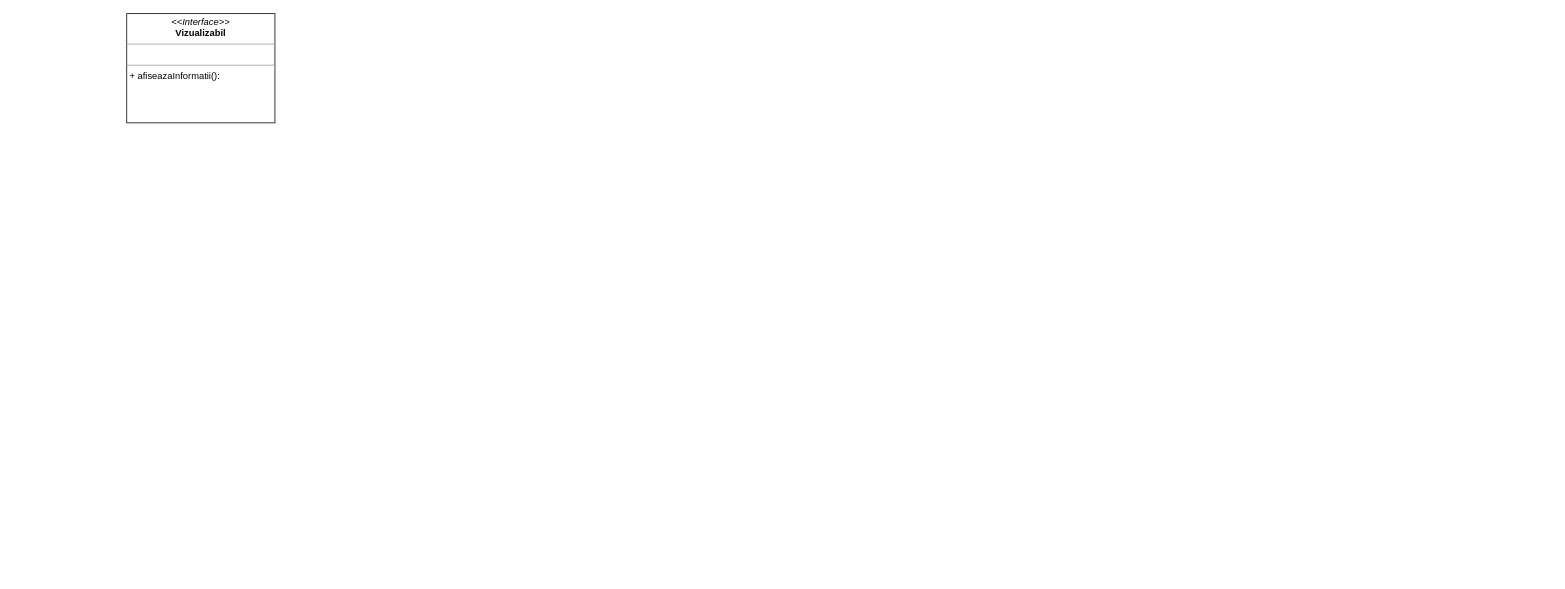
Above: Untitled Diagram.drawio in MoldovanLorenzo/Proiect-Final (draw.io), before the change. Source tidied: cells renumbered, new cells numbered last; positions are measured from the earlier drawing's top-left corner, leaving out a move shared by most shapes. Both pictures are drawn from the tidied source at 78%, with x=0, y=0 at pixel (126, 13).
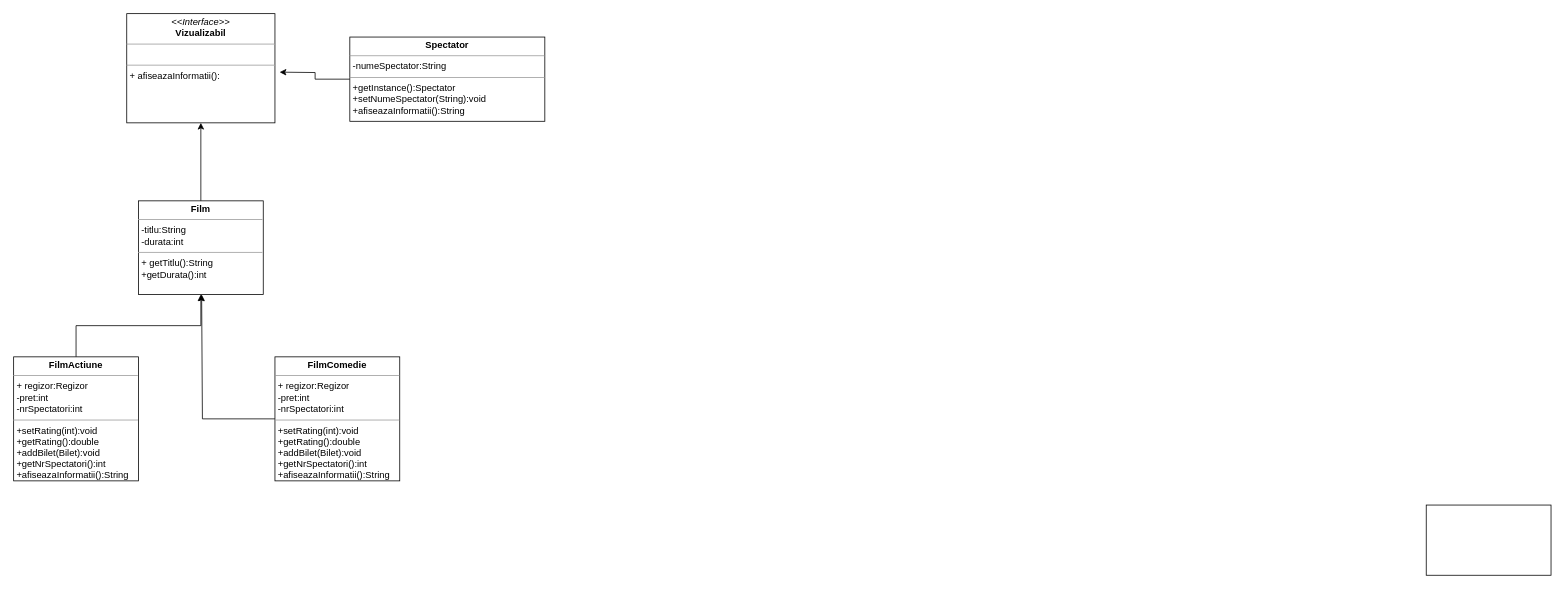
After the change.

Diff of the diagram source:
```diff
@@
 <mxGraphModel>
   <root>
     <mxCell id="0" />
     <mxCell id="1" parent="0" />
     <mxCell id="2" value="&lt;p style=&quot;margin:0px;margin-top:4px;text-align:center;&quot;&gt;&lt;i&gt;&amp;lt;&amp;lt;Interface&amp;gt;&amp;gt;&lt;/i&gt;&lt;br&gt;&lt;b&gt;Vizualizabil&lt;/b&gt;&lt;/p&gt;&lt;hr size=&quot;1&quot;&gt;&lt;p style=&quot;margin:0px;margin-left:4px;&quot;&gt;&lt;br&gt;&lt;/p&gt;&lt;hr size=&quot;1&quot;&gt;&lt;p style=&quot;margin:0px;margin-left:4px;&quot;&gt;+ afiseazaInformatii():&lt;br&gt;&lt;/p&gt;" style="verticalAlign=top;align=left;overflow=fill;fontSize=12;fontFamily=Helvetica;html=1;whiteSpace=wrap;" parent="1" vertex="1">
       <mxGeometry width="190" height="140" as="geometry" />
     </mxCell>
+    <mxCell id="3" style="edgeStyle=orthogonalEdgeStyle;rounded=0;jettySize=auto;html=1;entryX=0.5;entryY=1;entryDx=0;entryDy=0;" parent="1" edge="1" source="4" target="2">
+      <mxGeometry relative="1" as="geometry" />
+    </mxCell>
+    <mxCell id="4" value="&lt;p style=&quot;margin:0px;margin-top:4px;text-align:center;&quot;&gt;&lt;b&gt;Film&lt;/b&gt;&lt;/p&gt;&lt;hr size=&quot;1&quot;&gt;&lt;p style=&quot;margin:0px;margin-left:4px;&quot;&gt;-titlu:String&lt;/p&gt;&lt;p style=&quot;margin:0px;margin-left:4px;&quot;&gt;-durata:int&lt;/p&gt;&lt;hr size=&quot;1&quot;&gt;&lt;p style=&quot;margin:0px;margin-left:4px;&quot;&gt;+ getTitlu():String&lt;/p&gt;&lt;p style=&quot;margin:0px;margin-left:4px;&quot;&gt;+getDurata():int&lt;/p&gt;&lt;p style=&quot;margin:0px;margin-left:4px;&quot;&gt;&lt;br&gt;&lt;/p&gt;" style="verticalAlign=top;align=left;overflow=fill;fontSize=12;fontFamily=Helvetica;html=1;whiteSpace=wrap;" parent="1" vertex="1">
+      <mxGeometry x="15" y="240" width="160" height="120" as="geometry" />
+    </mxCell>
+    <mxCell id="5" style="edgeStyle=orthogonalEdgeStyle;rounded=0;jettySize=auto;html=1;" parent="1" edge="1" source="6" target="4">
+      <mxGeometry relative="1" as="geometry" />
+    </mxCell>
+    <mxCell id="6" value="&lt;p style=&quot;margin:0px;margin-top:4px;text-align:center;&quot;&gt;&lt;b&gt;FilmActiune&lt;/b&gt;&lt;/p&gt;&lt;hr size=&quot;1&quot;&gt;&lt;p style=&quot;margin:0px;margin-left:4px;&quot;&gt;+ regizor:Regizor&lt;/p&gt;&lt;p style=&quot;margin:0px;margin-left:4px;&quot;&gt;-pret:int&lt;/p&gt;&lt;p style=&quot;margin:0px;margin-left:4px;&quot;&gt;-nrSpectatori:int&lt;/p&gt;&lt;hr size=&quot;1&quot;&gt;&lt;p style=&quot;margin:0px;margin-left:4px;&quot;&gt;+setRating(int):void&lt;/p&gt;&lt;p style=&quot;margin:0px;margin-left:4px;&quot;&gt;+getRating():double&lt;/p&gt;&lt;p style=&quot;margin:0px;margin-left:4px;&quot;&gt;+addBilet(Bilet):void&lt;/p&gt;&lt;p style=&quot;margin:0px;margin-left:4px;&quot;&gt;+getNrSpectatori():int&lt;/p&gt;&lt;p style=&quot;margin:0px;margin-left:4px;&quot;&gt;+afiseazaInformatii():String&lt;/p&gt;" style="verticalAlign=top;align=left;overflow=fill;fontSize=12;fontFamily=Helvetica;html=1;whiteSpace=wrap;" parent="1" vertex="1">
+      <mxGeometry x="-145" y="440" width="160" height="159" as="geometry" />
+    </mxCell>
+    <mxCell id="7" value="&lt;p style=&quot;margin:0px;margin-top:4px;text-align:center;&quot;&gt;&lt;br&gt;&lt;/p&gt;" style="verticalAlign=top;align=left;overflow=fill;fontSize=12;fontFamily=Helvetica;html=1;whiteSpace=wrap;" parent="1" vertex="1">
+      <mxGeometry x="1666" y="630" width="160" height="90" as="geometry" />
+    </mxCell>
+    <mxCell id="8" style="edgeStyle=orthogonalEdgeStyle;rounded=0;jettySize=auto;html=1;" parent="1" edge="1" source="9">
+      <mxGeometry relative="1" as="geometry">
+        <mxPoint x="96" y="360" as="targetPoint" />
+        <Array as="points">
+          <mxPoint x="97" y="520" />
+        </Array>
+      </mxGeometry>
+    </mxCell>
+    <mxCell id="9" value="&lt;p style=&quot;margin:0px;margin-top:4px;text-align:center;&quot;&gt;&lt;b&gt;FilmComedie&lt;/b&gt;&lt;/p&gt;&lt;hr size=&quot;1&quot;&gt;&lt;p style=&quot;margin:0px;margin-left:4px;&quot;&gt;+ regizor:Regizor&lt;/p&gt;&lt;p style=&quot;margin:0px;margin-left:4px;&quot;&gt;-pret:int&lt;/p&gt;&lt;p style=&quot;margin:0px;margin-left:4px;&quot;&gt;-nrSpectatori:int&lt;/p&gt;&lt;hr size=&quot;1&quot;&gt;&lt;p style=&quot;margin:0px;margin-left:4px;&quot;&gt;+setRating(int):void&lt;/p&gt;&lt;p style=&quot;margin:0px;margin-left:4px;&quot;&gt;+getRating():double&lt;/p&gt;&lt;p style=&quot;margin:0px;margin-left:4px;&quot;&gt;+addBilet(Bilet):void&lt;/p&gt;&lt;p style=&quot;margin:0px;margin-left:4px;&quot;&gt;+getNrSpectatori():int&lt;/p&gt;&lt;p style=&quot;margin:0px;margin-left:4px;&quot;&gt;+afiseazaInformatii():String&lt;/p&gt;" style="verticalAlign=top;align=left;overflow=fill;fontSize=12;fontFamily=Helvetica;html=1;whiteSpace=wrap;" parent="1" vertex="1">
+      <mxGeometry x="190" y="440" width="160" height="159" as="geometry" />
+    </mxCell>
+    <mxCell id="10" style="edgeStyle=orthogonalEdgeStyle;rounded=0;jettySize=auto;html=1;" parent="1" edge="1" source="11">
+      <mxGeometry relative="1" as="geometry">
+        <mxPoint x="196" y="75" as="targetPoint" />
+      </mxGeometry>
+    </mxCell>
+    <mxCell id="11" value="&lt;p style=&quot;margin:0px;margin-top:4px;text-align:center;&quot;&gt;&lt;b&gt;Spectator&lt;/b&gt;&lt;/p&gt;&lt;hr size=&quot;1&quot;&gt;&lt;p style=&quot;margin:0px;margin-left:4px;&quot;&gt;-numeSpectator:String&lt;/p&gt;&lt;hr size=&quot;1&quot;&gt;&lt;p style=&quot;margin:0px;margin-left:4px;&quot;&gt;+getInstance():Spectator&lt;/p&gt;&lt;p style=&quot;margin:0px;margin-left:4px;&quot;&gt;+setNumeSpectator(String):void&lt;/p&gt;&lt;p style=&quot;margin:0px;margin-left:4px;&quot;&gt;+afiseazaInformatii():String&lt;/p&gt;" style="verticalAlign=top;align=left;overflow=fill;fontSize=12;fontFamily=Helvetica;html=1;whiteSpace=wrap;" parent="1" vertex="1">
+      <mxGeometry x="286" y="30" width="250" height="108" as="geometry" />
+    </mxCell>
   </root>
 </mxGraphModel>
```
